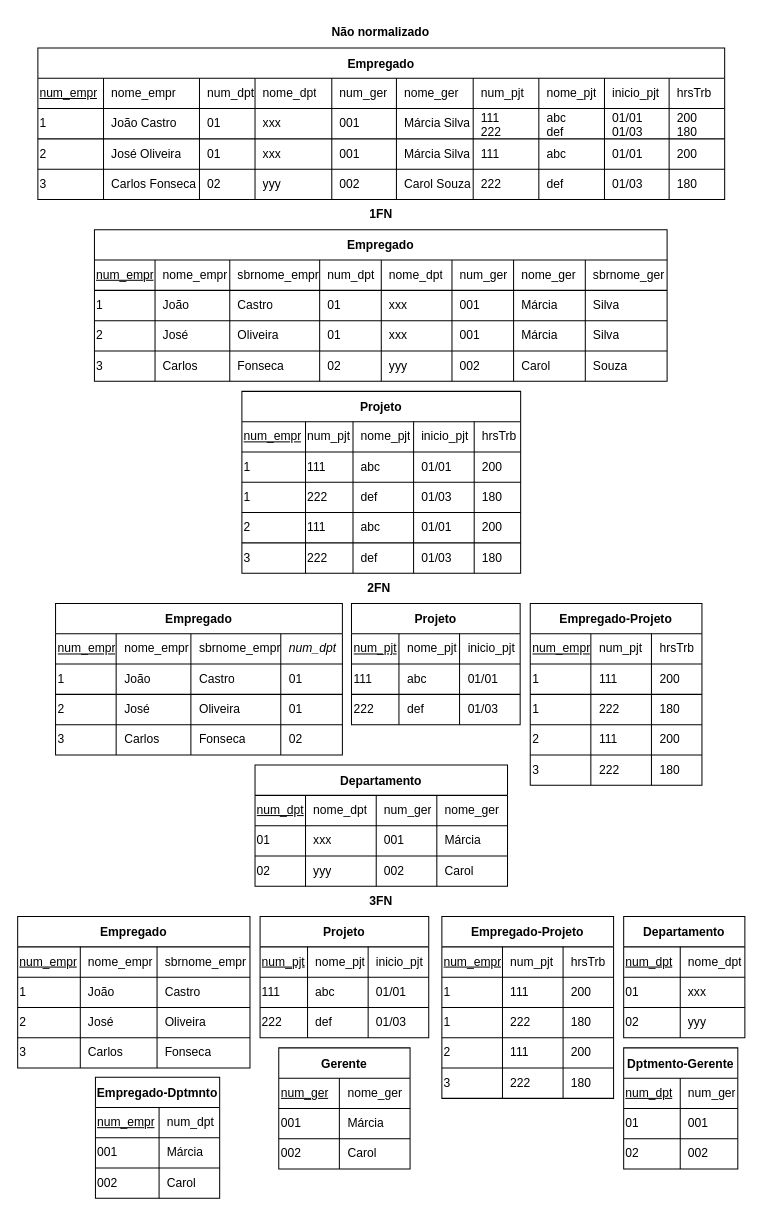
Above: page "Ex1a" (1 of 9) of Lista8_06-06/Lista 8.drawio in andreeeeeeeee/Engenharia_Software (draw.io), before the change. Source tidied: cells renumbered, new cells numbered last; positions are measured from the earlier drawing's top-left corner, leaving out a move shared by most shapes. Both pictures are drawn from the tidied source at 101%, with x=0, y=0 at pixel (17, 17).
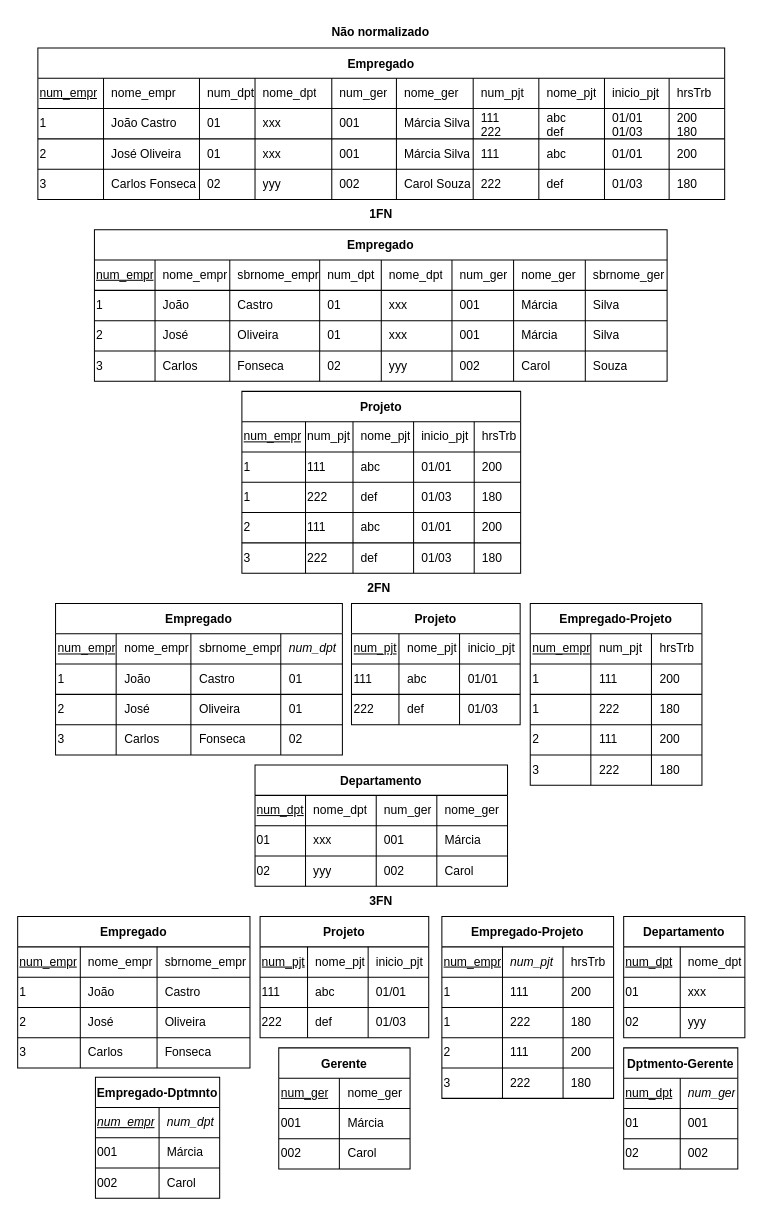
The same page after the edit.

The change refers to these unchanged cells:
```xml
<mxCell id="241" style="shape=tableRow;horizontal=0;startSize=0;swimlaneHead=0;swimlaneBody=0;top=0;left=0;bottom=0;right=0;fillColor=none;rounded=0;sketch=0;fontStyle=0;swimlaneFillColor=#FFFFFF;" parent="240" vertex="1">
  <mxGeometry y="30" width="170" height="30" as="geometry" />
</mxCell>
<mxCell id="262" style="shape=tableRow;horizontal=0;startSize=0;swimlaneHead=0;swimlaneBody=0;top=0;left=0;bottom=0;right=0;fillColor=none;rounded=0;sketch=0;fontStyle=0;swimlaneFillColor=#FFFFFF;" parent="261" vertex="1">
  <mxGeometry y="30" width="113" height="30" as="geometry" />
</mxCell>
<mxCell id="272" style="shape=tableRow;horizontal=0;startSize=0;swimlaneHead=0;swimlaneBody=0;top=0;left=0;bottom=0;right=0;fillColor=none;rounded=0;sketch=0;fontStyle=0;swimlaneFillColor=#FFFFFF;" parent="271" vertex="1">
  <mxGeometry y="30" width="123" height="30" as="geometry" />
</mxCell>
```

What changed in the source:
```diff
@@
-    <mxCell id="243" value="num_pjt" style="shape=partialRectangle;html=1;whiteSpace=wrap;fillColor=none;top=0;left=0;bottom=0;right=0;align=left;spacingLeft=6;overflow=hidden;rounded=0;sketch=0;fontStyle=0;swimlaneFillColor=#FFFFFF;" parent="241" vertex="1">
+    <mxCell id="243" value="&lt;i&gt;num_pjt&lt;/i&gt;" style="shape=partialRectangle;html=1;whiteSpace=wrap;fillColor=none;top=0;left=0;bottom=0;right=0;align=left;spacingLeft=6;overflow=hidden;rounded=0;sketch=0;fontStyle=0;swimlaneFillColor=#FFFFFF;" parent="241" vertex="1">
       <mxGeometry x="60" width="60" height="30" as="geometry" />
     </mxCell>
@@
-    <mxCell id="264" value="num_ger" style="shape=partialRectangle;html=1;whiteSpace=wrap;fillColor=none;top=0;left=0;bottom=0;right=0;align=left;spacingLeft=6;overflow=hidden;rounded=0;sketch=0;fontStyle=0;swimlaneFillColor=#FFFFFF;" parent="262" vertex="1">
+    <mxCell id="264" value="&lt;i&gt;num_ger&lt;/i&gt;" style="shape=partialRectangle;html=1;whiteSpace=wrap;fillColor=none;top=0;left=0;bottom=0;right=0;align=left;spacingLeft=6;overflow=hidden;rounded=0;sketch=0;fontStyle=0;swimlaneFillColor=#FFFFFF;" parent="262" vertex="1">
       <mxGeometry x="56" width="57" height="30" as="geometry" />
     </mxCell>
@@
-    <mxCell id="273" value="num_empr" style="shape=partialRectangle;html=1;whiteSpace=wrap;fillColor=none;top=0;left=0;bottom=0;right=0;overflow=hidden;rounded=0;sketch=0;fontStyle=4;align=left;swimlaneFillColor=#FFFFFF;" parent="272" vertex="1">
+    <mxCell id="273" value="&lt;i&gt;num_empr&lt;/i&gt;" style="shape=partialRectangle;html=1;whiteSpace=wrap;fillColor=none;top=0;left=0;bottom=0;right=0;overflow=hidden;rounded=0;sketch=0;fontStyle=4;align=left;swimlaneFillColor=#FFFFFF;" parent="272" vertex="1">
       <mxGeometry width="63" height="30" as="geometry" />
     </mxCell>
-    <mxCell id="274" value="num_dpt" style="shape=partialRectangle;html=1;whiteSpace=wrap;fillColor=none;top=0;left=0;bottom=0;right=0;align=left;spacingLeft=6;overflow=hidden;rounded=0;sketch=0;fontStyle=0;swimlaneFillColor=#FFFFFF;" parent="272" vertex="1">
+    <mxCell id="274" value="&lt;i&gt;num_dpt&lt;/i&gt;" style="shape=partialRectangle;html=1;whiteSpace=wrap;fillColor=none;top=0;left=0;bottom=0;right=0;align=left;spacingLeft=6;overflow=hidden;rounded=0;sketch=0;fontStyle=0;swimlaneFillColor=#FFFFFF;" parent="272" vertex="1">
       <mxGeometry x="63" width="60" height="30" as="geometry" />
     </mxCell>
```
